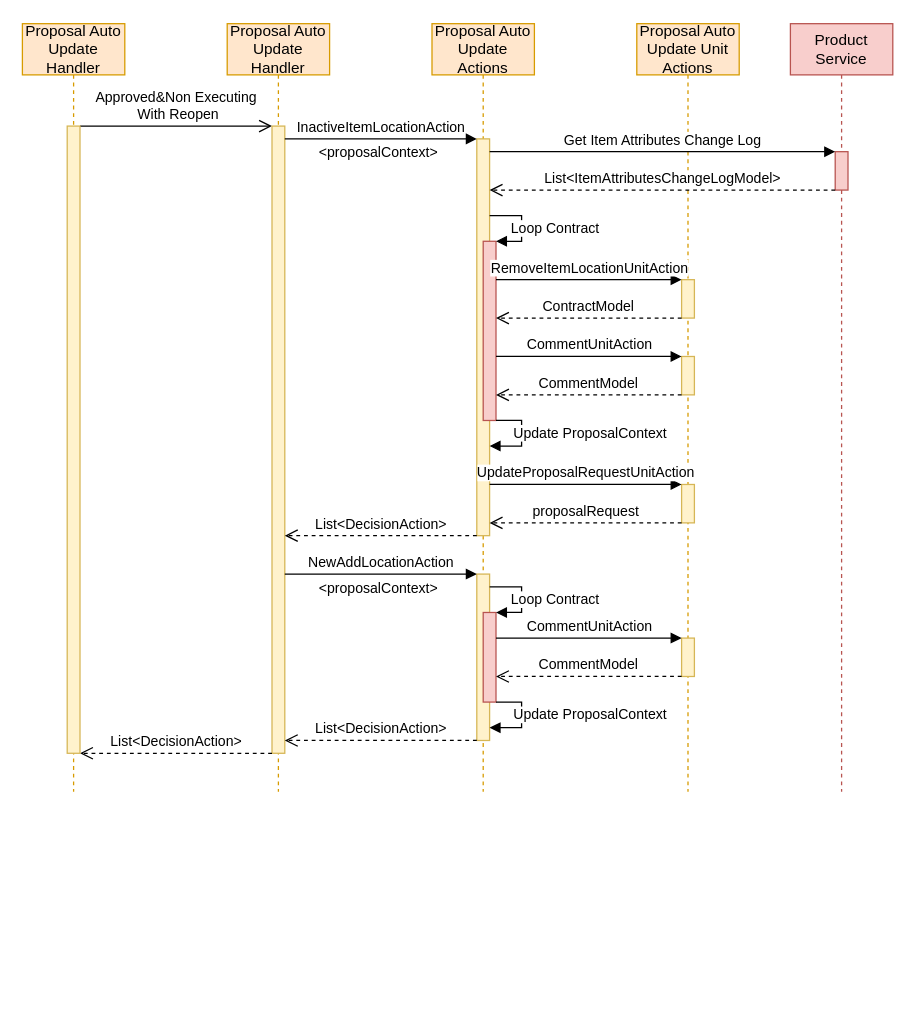
dajin-kingland/UMLdiagrams keeps this draw.io diagram as Proposal Auto Update Action Sequence Diagram.drawio. Above is the earlier version. Source tidied: cells renumbered, new cells numbered last; positions are measured from the earlier drawing's top-left corner, leaving out a move shared by most shapes. Both pictures are drawn from the tidied source at 128%, with x=0, y=0 at pixel (22, 23).
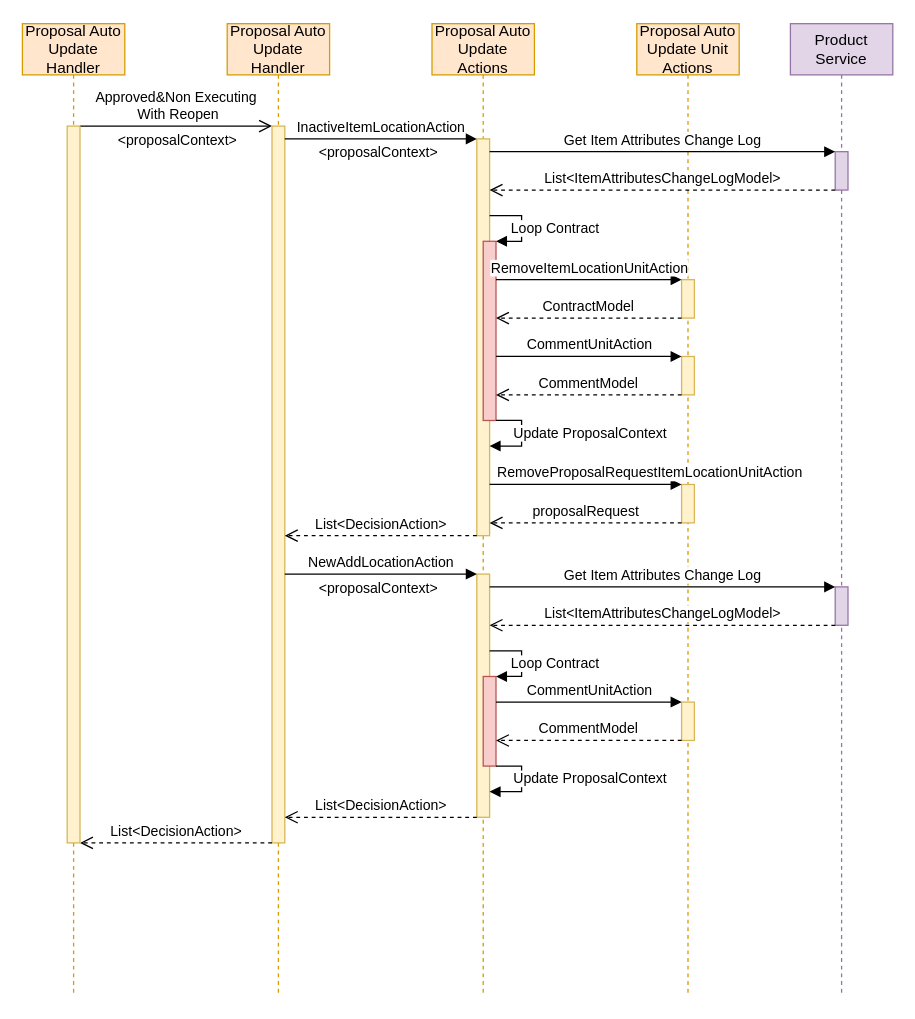
Above is the later version.

Unchanged cells that the change refers to:
```xml
<mxCell id="3" value="Approved&amp;amp;Non Executing&lt;br&gt;&amp;nbsp;With Reopen" style="html=1;verticalAlign=bottom;startArrow=none;startFill=0;endArrow=open;startSize=6;endSize=8;" parent="1" edge="1" source="39" target="4">
  <mxGeometry relative="1" as="geometry">
    <Array as="points">
      <mxPoint x="60" y="80" />
    </Array>
  </mxGeometry>
</mxCell>
<mxCell id="6" style="html=1;points=[];perimeter=orthogonalPerimeter;fillColor=#fff2cc;strokeColor=#d6b656;" parent="5" vertex="1">
  <mxGeometry x="35" y="90" width="10" height="310" as="geometry" />
</mxCell>
<mxCell id="28" style="html=1;points=[];perimeter=orthogonalPerimeter;fillColor=#fff2cc;strokeColor=#d6b656;" parent="1" vertex="1">
  <mxGeometry x="515" y="360" width="10" height="30" as="geometry" />
</mxCell>
```

Diff of the diagram source:
```diff
@@
     <mxCell id="2" value="Proposal Auto Update Handler" style="shape=umlLifeline;perimeter=lifelinePerimeter;whiteSpace=wrap;html=1;fillColor=#ffe6cc;strokeColor=#d79b00;" parent="1" vertex="1">
-      <mxGeometry x="160" width="80" height="600" as="geometry" />
+      <mxGeometry x="160" width="80" height="760" as="geometry" />
     </mxCell>
@@
+    <mxCell id="40" value="&amp;lt;proposalContext&amp;gt;" style="edgeLabel;html=1;align=center;verticalAlign=middle;" parent="3" vertex="1">
+      <mxGeometry x="-0.55" y="-2" relative="1" as="geometry">
+        <mxPoint x="41" y="8" as="offset" />
+      </mxGeometry>
+    </mxCell>
     <mxCell id="4" style="html=1;points=[];perimeter=orthogonalPerimeter;fillColor=#fff2cc;strokeColor=#d6b656;" parent="1" vertex="1">
-      <mxGeometry x="195" y="80" width="10" height="490" as="geometry" />
+      <mxGeometry x="195" y="80" width="10" height="560" as="geometry" />
     </mxCell>
     <mxCell id="5" value="Proposal Auto Update Actions" style="shape=umlLifeline;perimeter=lifelinePerimeter;whiteSpace=wrap;html=1;fillColor=#ffe6cc;strokeColor=#d79b00;" parent="1" vertex="1">
-      <mxGeometry x="320" width="80" height="600" as="geometry" />
+      <mxGeometry x="320" width="80" height="760" as="geometry" />
     </mxCell>
@@
     <mxCell id="12" value="Proposal Auto Update Unit Actions" style="shape=umlLifeline;perimeter=lifelinePerimeter;whiteSpace=wrap;html=1;fillColor=#ffe6cc;strokeColor=#d79b00;" parent="1" vertex="1">
-      <mxGeometry x="480" width="80" height="600" as="geometry" />
+      <mxGeometry x="480" width="80" height="760" as="geometry" />
     </mxCell>
@@
     <mxCell id="15" style="html=1;points=[];perimeter=orthogonalPerimeter;fillColor=#fff2cc;strokeColor=#d6b656;" parent="12" vertex="1">
-      <mxGeometry x="35" y="480" width="10" height="30" as="geometry" />
+      <mxGeometry x="35" y="530" width="10" height="30" as="geometry" />
     </mxCell>
@@
-    <mxCell id="20" value="Product Service" style="shape=umlLifeline;perimeter=lifelinePerimeter;whiteSpace=wrap;html=1;fillColor=#f8cecc;strokeColor=#b85450;" parent="1" vertex="1">
-      <mxGeometry x="600" width="80" height="600" as="geometry" />
+    <mxCell id="20" value="Product Service" style="shape=umlLifeline;perimeter=lifelinePerimeter;whiteSpace=wrap;html=1;fillColor=#e1d5e7;strokeColor=#9673a6;" parent="1" vertex="1">
+      <mxGeometry x="600" width="80" height="760" as="geometry" />
     </mxCell>
-    <mxCell id="21" style="html=1;points=[];perimeter=orthogonalPerimeter;fillColor=#f8cecc;strokeColor=#b85450;" parent="20" vertex="1">
+    <mxCell id="21" style="html=1;points=[];perimeter=orthogonalPerimeter;fillColor=#e1d5e7;strokeColor=#9673a6;" parent="20" vertex="1">
       <mxGeometry x="35" y="100" width="10" height="30" as="geometry" />
     </mxCell>
+    <mxCell id="41" style="html=1;points=[];perimeter=orthogonalPerimeter;fillColor=#e1d5e7;strokeColor=#9673a6;" parent="20" vertex="1">
+      <mxGeometry x="35" y="440" width="10" height="30" as="geometry" />
+    </mxCell>
@@
     <mxCell id="25" style="html=1;points=[];perimeter=orthogonalPerimeter;fillColor=#fff2cc;strokeColor=#d6b656;" parent="1" vertex="1">
-      <mxGeometry x="355" y="430" width="10" height="130" as="geometry" />
+      <mxGeometry x="355" y="430" width="10" height="190" as="geometry" />
     </mxCell>
@@
-    <mxCell id="29" value="UpdateProposalRequestUnitAction" style="html=1;verticalAlign=bottom;endArrow=block;" parent="1" edge="1" source="6" target="28">
-      <mxGeometry relative="1" as="geometry">
+    <mxCell id="29" value="RemoveProposalRequestItemLocationUnitAction" style="html=1;verticalAlign=bottom;endArrow=block;" parent="1" edge="1" source="6" target="28">
+      <mxGeometry x="0.67" relative="1" as="geometry">
         <Array as="points">
           <mxPoint x="390" y="360" />
         </Array>
       </mxGeometry>
     </mxCell>
@@
     <mxCell id="31" value="List&amp;lt;DecisionAction&amp;gt;" style="html=1;verticalAlign=bottom;endArrow=open;dashed=1;endSize=8;" parent="1" edge="1" source="25" target="4">
       <mxGeometry relative="1" as="geometry">
         <Array as="points">
-          <mxPoint x="310" y="560" />
+          <mxPoint x="310" y="620" />
         </Array>
       </mxGeometry>
     </mxCell>
     <mxCell id="32" style="html=1;points=[];perimeter=orthogonalPerimeter;fillColor=#f8cecc;strokeColor=#b85450;" parent="1" vertex="1">
-      <mxGeometry x="360" y="460" width="10" height="70" as="geometry" />
+      <mxGeometry x="360" y="510" width="10" height="70" as="geometry" />
     </mxCell>
-    <mxCell id="33" value="Update ProposalContext" style="edgeStyle=orthogonalEdgeStyle;html=1;align=left;spacingLeft=2;endArrow=block;rounded=0;" parent="1" edge="1" source="32" target="25">
+    <mxCell id="33" value="Update ProposalContext" style="edgeStyle=orthogonalEdgeStyle;html=1;align=left;spacingLeft=2;endArrow=block;rounded=0;" parent="1" edge="1" source="32">
       <mxGeometry x="0.54" y="-10" relative="1" as="geometry">
+        <mxPoint x="365" y="600" as="targetPoint" />
         <Array as="points">
-          <mxPoint x="390" y="530" />
-          <mxPoint x="390" y="550" />
+          <mxPoint x="390" y="580" />
+          <mxPoint x="390" y="600" />
         </Array>
       </mxGeometry>
     </mxCell>
-    <mxCell id="34" value="Loop Contract" style="edgeStyle=orthogonalEdgeStyle;html=1;align=left;spacingLeft=2;endArrow=block;rounded=0;" parent="1" edge="1" source="25" target="32">
+    <mxCell id="34" value="Loop Contract" style="edgeStyle=orthogonalEdgeStyle;html=1;align=left;spacingLeft=2;endArrow=block;rounded=0;" parent="1" edge="1" target="32">
       <mxGeometry x="0.76" y="-10" relative="1" as="geometry">
+        <mxPoint x="365" y="490" as="sourcePoint" />
         <Array as="points">
-          <mxPoint x="390" y="440" />
-          <mxPoint x="390" y="460" />
+          <mxPoint x="390" y="490" />
+          <mxPoint x="390" y="510" />
         </Array>
       </mxGeometry>
     </mxCell>
     <mxCell id="35" value="CommentModel" style="html=1;verticalAlign=bottom;endArrow=open;dashed=1;endSize=8;" parent="1" edge="1" source="15" target="32">
       <mxGeometry relative="1" as="geometry">
         <Array as="points">
-          <mxPoint x="480" y="510" />
+          <mxPoint x="480" y="560" />
         </Array>
       </mxGeometry>
     </mxCell>
     <mxCell id="36" value="CommentUnitAction" style="html=1;verticalAlign=bottom;endArrow=block;" parent="1" edge="1" source="32" target="15">
       <mxGeometry relative="1" as="geometry">
         <Array as="points">
-          <mxPoint x="410" y="480" />
+          <mxPoint x="410" y="530" />
         </Array>
       </mxGeometry>
     </mxCell>
     <mxCell id="37" value="List&amp;lt;DecisionAction&amp;gt;" style="html=1;verticalAlign=bottom;endArrow=open;dashed=1;endSize=8;" parent="1" edge="1" source="4" target="39">
       <mxGeometry relative="1" as="geometry">
         <Array as="points">
-          <mxPoint x="100" y="570" />
+          <mxPoint x="100" y="640" />
         </Array>
       </mxGeometry>
     </mxCell>
     <mxCell id="38" value="Proposal Auto Update Handler" style="shape=umlLifeline;perimeter=lifelinePerimeter;whiteSpace=wrap;html=1;fillColor=#ffe6cc;strokeColor=#d79b00;" parent="1" vertex="1">
-      <mxGeometry width="80" height="600" as="geometry" />
+      <mxGeometry width="80" height="760" as="geometry" />
     </mxCell>
     <mxCell id="39" style="html=1;points=[];perimeter=orthogonalPerimeter;fillColor=#fff2cc;strokeColor=#d6b656;" parent="38" vertex="1">
-      <mxGeometry x="35" y="80" width="10" height="490" as="geometry" />
+      <mxGeometry x="35" y="80" width="10" height="560" as="geometry" />
     </mxCell>
+    <mxCell id="42" value="Get Item Attributes Change Log" style="html=1;verticalAlign=bottom;endArrow=block;" parent="1" edge="1" source="25" target="41">
+      <mxGeometry relative="1" as="geometry">
+        <Array as="points">
+          <mxPoint x="370" y="440" />
+        </Array>
+      </mxGeometry>
+    </mxCell>
+    <mxCell id="43" value="List&amp;lt;ItemAttributesChangeLogModel&amp;gt;" style="html=1;verticalAlign=bottom;endArrow=open;dashed=1;endSize=8;" parent="1" edge="1" source="41" target="25">
+      <mxGeometry relative="1" as="geometry">
+        <Array as="points">
+          <mxPoint x="590" y="470" />
+        </Array>
+      </mxGeometry>
+    </mxCell>
```
